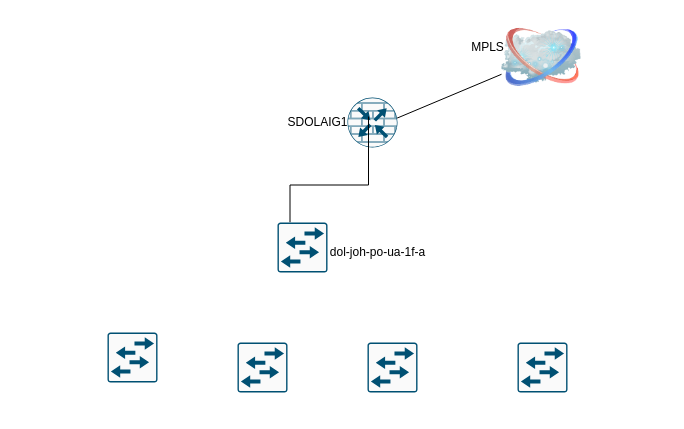
Before: Untitled Diagram.drawio in kennedyjombo/intro-to-me, a draw.io diagram. Source tidied: cells renumbered, new cells numbered last; positions are measured from the earlier drawing's top-left corner, leaving out a move shared by most shapes. Both pictures are drawn from the tidied source at 100%, with x=0, y=0 at pixel (107, 17).
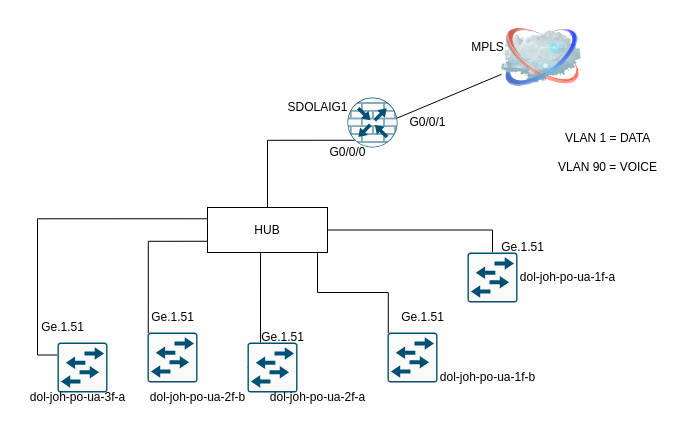
The same diagram, later.

Unchanged cells that the change refers to:
```xml
<mxCell id="4" style="sketch=0;points=[[0.5,0,0],[1,0.5,0],[0.5,1,0],[0,0.5,0],[0.145,0.145,0],[0.8555,0.145,0],[0.855,0.8555,0],[0.145,0.855,0]];verticalLabelPosition=bottom;html=1;verticalAlign=top;align=center;shape=mxgraph.cisco19.rect;prIcon=router_with_firewall;fillColor=#FAFAFA;strokeColor=#005073;" parent="1" vertex="1">
  <mxGeometry x="240" y="80" width="50" height="50" as="geometry" />
</mxCell>
```

What changed in the source:
```diff
@@
+    <mxCell id="14" style="edgeStyle=orthogonalEdgeStyle;rounded=0;jettySize=auto;html=1;exitX=0.145;exitY=0.855;exitDx=0;exitDy=0;exitPerimeter=0;endArrow=none;endFill=0;" parent="1" edge="1" source="4" target="21">
+      <mxGeometry relative="1" as="geometry" />
+    </mxCell>
@@
-    <mxCell id="6" style="edgeStyle=orthogonalEdgeStyle;rounded=0;jettySize=auto;html=1;exitX=0.25;exitY=0;exitDx=0;exitDy=0;exitPerimeter=0;entryX=0.42;entryY=0.38;entryDx=0;entryDy=0;entryPerimeter=0;endArrow=none;endFill=0;" parent="1" edge="1" source="7" target="4">
-      <mxGeometry relative="1" as="geometry" />
-    </mxCell>
+    <mxCell id="15" style="edgeStyle=orthogonalEdgeStyle;rounded=0;jettySize=auto;html=1;exitX=0.5;exitY=0;exitDx=0;exitDy=0;exitPerimeter=0;entryX=1;entryY=0.5;entryDx=0;entryDy=0;endArrow=none;endFill=0;" parent="1" edge="1" source="7" target="21">
+      <mxGeometry relative="1" as="geometry" />
+    </mxCell>
     <mxCell id="7" style="sketch=0;points=[[0.015,0.015,0],[0.985,0.015,0],[0.985,0.985,0],[0.015,0.985,0],[0.25,0,0],[0.5,0,0],[0.75,0,0],[1,0.25,0],[1,0.5,0],[1,0.75,0],[0.75,1,0],[0.5,1,0],[0.25,1,0],[0,0.75,0],[0,0.5,0],[0,0.25,0]];verticalLabelPosition=bottom;html=1;verticalAlign=top;align=center;shape=mxgraph.cisco19.rect;prIcon=workgroup_switch;fillColor=#FAFAFA;strokeColor=#005073;" parent="1" vertex="1">
-      <mxGeometry x="170" y="205" width="50" height="50" as="geometry" />
+      <mxGeometry x="360" y="235" width="50" height="50" as="geometry" />
     </mxCell>
+    <mxCell id="16" style="edgeStyle=orthogonalEdgeStyle;rounded=0;jettySize=auto;html=1;exitX=0;exitY=0.25;exitDx=0;exitDy=0;exitPerimeter=0;entryX=0;entryY=0.25;entryDx=0;entryDy=0;endArrow=none;endFill=0;" parent="1" edge="1" source="8" target="21">
+      <mxGeometry relative="1" as="geometry" />
+    </mxCell>
     <mxCell id="8" style="sketch=0;points=[[0.015,0.015,0],[0.985,0.015,0],[0.985,0.985,0],[0.015,0.985,0],[0.25,0,0],[0.5,0,0],[0.75,0,0],[1,0.25,0],[1,0.5,0],[1,0.75,0],[0.75,1,0],[0.5,1,0],[0.25,1,0],[0,0.75,0],[0,0.5,0],[0,0.25,0]];verticalLabelPosition=bottom;html=1;verticalAlign=top;align=center;shape=mxgraph.cisco19.rect;prIcon=workgroup_switch;fillColor=#FAFAFA;strokeColor=#005073;" parent="1" vertex="1">
-      <mxGeometry y="315" width="50" height="50" as="geometry" />
+      <mxGeometry x="-50" y="325" width="50" height="50" as="geometry" />
     </mxCell>
+    <mxCell id="17" style="edgeStyle=orthogonalEdgeStyle;rounded=0;jettySize=auto;html=1;exitX=0.015;exitY=0.015;exitDx=0;exitDy=0;exitPerimeter=0;entryX=0;entryY=0.75;entryDx=0;entryDy=0;endArrow=none;endFill=0;" parent="1" edge="1" source="9" target="21">
+      <mxGeometry relative="1" as="geometry" />
+    </mxCell>
     <mxCell id="9" style="sketch=0;points=[[0.015,0.015,0],[0.985,0.015,0],[0.985,0.985,0],[0.015,0.985,0],[0.25,0,0],[0.5,0,0],[0.75,0,0],[1,0.25,0],[1,0.5,0],[1,0.75,0],[0.75,1,0],[0.5,1,0],[0.25,1,0],[0,0.75,0],[0,0.5,0],[0,0.25,0]];verticalLabelPosition=bottom;html=1;verticalAlign=top;align=center;shape=mxgraph.cisco19.rect;prIcon=workgroup_switch;fillColor=#FAFAFA;strokeColor=#005073;" parent="1" vertex="1">
-      <mxGeometry x="130" y="325" width="50" height="50" as="geometry" />
+      <mxGeometry x="40" y="315" width="50" height="50" as="geometry" />
     </mxCell>
+    <mxCell id="18" style="edgeStyle=orthogonalEdgeStyle;rounded=0;jettySize=auto;html=1;exitX=0;exitY=0.5;exitDx=0;exitDy=0;exitPerimeter=0;entryX=0.442;entryY=0.978;entryDx=0;entryDy=0;entryPerimeter=0;endArrow=none;endFill=0;" parent="1" edge="1" source="10" target="21">
+      <mxGeometry relative="1" as="geometry">
+        <Array as="points">
+          <mxPoint x="153" y="350" />
+        </Array>
+      </mxGeometry>
+    </mxCell>
     <mxCell id="10" style="sketch=0;points=[[0.015,0.015,0],[0.985,0.015,0],[0.985,0.985,0],[0.015,0.985,0],[0.25,0,0],[0.5,0,0],[0.75,0,0],[1,0.25,0],[1,0.5,0],[1,0.75,0],[0.75,1,0],[0.5,1,0],[0.25,1,0],[0,0.75,0],[0,0.5,0],[0,0.25,0]];verticalLabelPosition=bottom;html=1;verticalAlign=top;align=center;shape=mxgraph.cisco19.rect;prIcon=workgroup_switch;fillColor=#FAFAFA;strokeColor=#005073;" parent="1" vertex="1">
-      <mxGeometry x="260" y="325" width="50" height="50" as="geometry" />
+      <mxGeometry x="140" y="325" width="50" height="50" as="geometry" />
     </mxCell>
+    <mxCell id="19" style="edgeStyle=orthogonalEdgeStyle;rounded=0;jettySize=auto;html=1;exitX=0.015;exitY=0.015;exitDx=0;exitDy=0;exitPerimeter=0;endArrow=none;endFill=0;" parent="1" edge="1" source="11">
+      <mxGeometry relative="1" as="geometry">
+        <mxPoint x="180" y="235" as="targetPoint" />
+        <Array as="points">
+          <mxPoint x="281" y="275" />
+          <mxPoint x="210" y="275" />
+          <mxPoint x="210" y="235" />
+        </Array>
+      </mxGeometry>
+    </mxCell>
     <mxCell id="11" style="sketch=0;points=[[0.015,0.015,0],[0.985,0.015,0],[0.985,0.985,0],[0.015,0.985,0],[0.25,0,0],[0.5,0,0],[0.75,0,0],[1,0.25,0],[1,0.5,0],[1,0.75,0],[0.75,1,0],[0.5,1,0],[0.25,1,0],[0,0.75,0],[0,0.5,0],[0,0.25,0]];verticalLabelPosition=bottom;html=1;verticalAlign=top;align=center;shape=mxgraph.cisco19.rect;prIcon=workgroup_switch;fillColor=#FAFAFA;strokeColor=#005073;" parent="1" vertex="1">
-      <mxGeometry x="410" y="325" width="50" height="50" as="geometry" />
+      <mxGeometry x="280" y="315" width="50" height="50" as="geometry" />
     </mxCell>
     <mxCell id="12" value="dol-joh-po-ua-1f-a" style="text;html=1;align=center;verticalAlign=middle;strokeColor=none;fillColor=none;" parent="1" vertex="1">
-      <mxGeometry x="210" y="220" width="120" height="30" as="geometry" />
+      <mxGeometry x="400" y="245" width="120" height="30" as="geometry" />
     </mxCell>
     <mxCell id="13" value="SDOLAIG1" style="text;html=1;align=center;verticalAlign=middle;strokeColor=none;fillColor=none;" parent="1" vertex="1">
-      <mxGeometry x="170" y="90" width="80" height="30" as="geometry" />
+      <mxGeometry x="170" y="75" width="80" height="30" as="geometry" />
     </mxCell>
+    <mxCell id="20" value="Ge.1.51" style="text;html=1;align=center;verticalAlign=middle;strokeColor=none;fillColor=none;" parent="1" vertex="1">
+      <mxGeometry x="380" y="215" width="70" height="30" as="geometry" />
+    </mxCell>
+    <mxCell id="21" value="HUB" style="rounded=0;whiteSpace=wrap;html=1;" parent="1" vertex="1">
+      <mxGeometry x="100" y="190" width="120" height="45" as="geometry" />
+    </mxCell>
+    <mxCell id="22" value="Ge.1.51" style="text;html=1;align=center;verticalAlign=middle;strokeColor=none;fillColor=none;" parent="1" vertex="1">
+      <mxGeometry x="280" y="285" width="70" height="30" as="geometry" />
+    </mxCell>
+    <mxCell id="23" value="Ge.1.51" style="text;html=1;align=center;verticalAlign=middle;strokeColor=none;fillColor=none;" parent="1" vertex="1">
+      <mxGeometry x="140" y="305" width="70" height="30" as="geometry" />
+    </mxCell>
+    <mxCell id="24" value="Ge.1.51" style="text;html=1;align=center;verticalAlign=middle;strokeColor=none;fillColor=none;" parent="1" vertex="1">
+      <mxGeometry x="30" y="285" width="70" height="30" as="geometry" />
+    </mxCell>
+    <mxCell id="25" value="Ge.1.51" style="text;html=1;align=center;verticalAlign=middle;strokeColor=none;fillColor=none;" parent="1" vertex="1">
+      <mxGeometry x="-80" y="295" width="70" height="30" as="geometry" />
+    </mxCell>
+    <mxCell id="26" value="dol-joh-po-ua-1f-b" style="text;html=1;align=center;verticalAlign=middle;strokeColor=none;fillColor=none;" parent="1" vertex="1">
+      <mxGeometry x="320" y="345" width="120" height="30" as="geometry" />
+    </mxCell>
+    <mxCell id="27" value="dol-joh-po-ua-2f-a" style="text;html=1;align=center;verticalAlign=middle;strokeColor=none;fillColor=none;" parent="1" vertex="1">
+      <mxGeometry x="150" y="365" width="120" height="30" as="geometry" />
+    </mxCell>
+    <mxCell id="28" value="dol-joh-po-ua-2f-b" style="text;html=1;align=center;verticalAlign=middle;strokeColor=none;fillColor=none;" parent="1" vertex="1">
+      <mxGeometry x="30" y="365" width="120" height="30" as="geometry" />
+    </mxCell>
+    <mxCell id="29" value="dol-joh-po-ua-3f-a" style="text;html=1;align=center;verticalAlign=middle;strokeColor=none;fillColor=none;" parent="1" vertex="1">
+      <mxGeometry x="-90" y="365" width="120" height="30" as="geometry" />
+    </mxCell>
+    <mxCell id="30" value="G0/0/0" style="text;html=1;align=center;verticalAlign=middle;strokeColor=none;fillColor=none;" parent="1" vertex="1">
+      <mxGeometry x="210" y="120" width="60" height="30" as="geometry" />
+    </mxCell>
+    <mxCell id="31" value="&lt;div&gt;VLAN 1 = DATA&lt;/div&gt;&lt;div&gt;&lt;br&gt;&lt;/div&gt;&lt;div&gt;VLAN 90 = VOICE&lt;br&gt;&lt;/div&gt;" style="text;html=1;align=center;verticalAlign=middle;strokeColor=none;fillColor=none;" parent="1" vertex="1">
+      <mxGeometry x="440" y="105" width="120" height="60" as="geometry" />
+    </mxCell>
+    <mxCell id="32" value="G0/0/1" style="text;html=1;align=center;verticalAlign=middle;strokeColor=none;fillColor=none;" parent="1" vertex="1">
+      <mxGeometry x="290" y="90" width="60" height="30" as="geometry" />
+    </mxCell>
```
